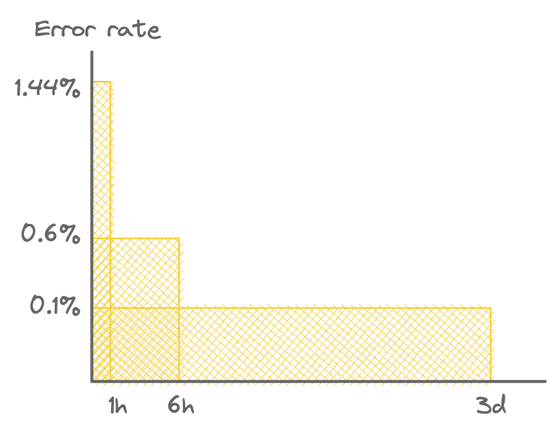
Earlier version of the Excalidraw export public/assets/alerting/multi-alert.png (ThomWright/ThomWright.github.io). Source tidied: one line per element, renumbered; positions are measured from the earlier drawing's top-left corner, leaving out a move shared by most shapes.
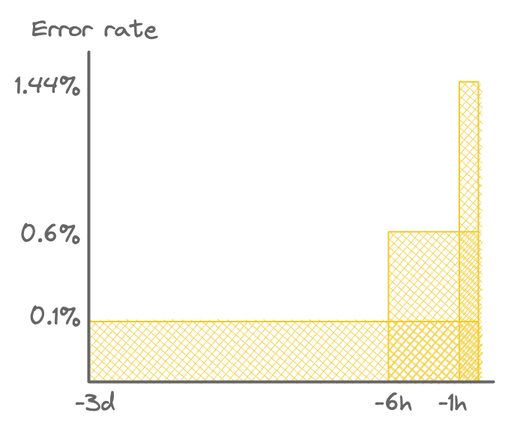
The same diagram one commit later.

Change to the diagram source:
```diff
@@ -1,12 +1,12 @@
-{"id": 0, "type": "rectangle", "strokeColor": "#f3cb2b", "backgroundColor": "#f5d451", "fillStyle": "cross-hatch", "strokeWidth": 1, "roughness": 0, "x": 51, "y": 45, "width": 12, "height": 200}
+{"id": 0, "type": "rectangle", "strokeColor": "#f3cb2b", "backgroundColor": "#f5d451", "fillStyle": "cross-hatch", "strokeWidth": 1, "roughness": 0, "x": 299, "y": 45, "width": 13, "height": 200}
-{"id": 1, "type": "rectangle", "strokeColor": "#f3cb2b", "backgroundColor": "#f5d451", "fillStyle": "cross-hatch", "strokeWidth": 1, "roughness": 0, "x": 51, "y": 149, "width": 58, "height": 95}
+{"id": 1, "type": "rectangle", "strokeColor": "#f3cb2b", "backgroundColor": "#f5d451", "fillStyle": "cross-hatch", "strokeWidth": 1, "roughness": 0, "x": 251, "y": 145, "width": 60, "height": 100}
-{"id": 2, "type": "rectangle", "strokeColor": "#f3cb2b", "backgroundColor": "#f5d451", "fillStyle": "cross-hatch", "strokeWidth": 1, "roughness": 0, "x": 51, "y": 196, "width": 266, "height": 49}
+{"id": 2, "type": "rectangle", "strokeColor": "#f3cb2b", "backgroundColor": "#f5d451", "fillStyle": "cross-hatch", "strokeWidth": 1, "roughness": 0, "x": 51, "y": 205, "width": 260, "height": 40}
 {"id": 3, "type": "line", "strokeColor": "#666", "backgroundColor": "white", "fillStyle": "solid", "strokeWidth": 2, "roughness": 0, "x": 51, "y": 25, "width": 0, "height": 220, "points": [[0, 0], [0, 220]]}
-{"id": 4, "type": "line", "strokeColor": "#666", "backgroundColor": "white", "fillStyle": "solid", "strokeWidth": 2, "roughness": 0, "x": 51, "y": 245, "width": 302, "height": 0, "points": [[0, 0], [302, 0]]}
+{"id": 4, "type": "line", "strokeColor": "#666", "backgroundColor": "white", "fillStyle": "solid", "strokeWidth": 2, "roughness": 0, "x": 51, "y": 245, "width": 270, "height": 0, "points": [[0, 0], [270, 0]]}
-{"id": 5, "type": "text", "text": "1h", "strokeColor": "#666", "backgroundColor": "#f0816a", "fillStyle": "cross-hatch", "strokeWidth": 1, "roughness": 0, "fontSize": 16, "fontFamily": 1, "x": 62, "y": 251, "width": 12, "height": 20}
+{"id": 5, "type": "text", "text": "-1h", "strokeColor": "#666", "backgroundColor": "#f0816a", "fillStyle": "cross-hatch", "strokeWidth": 1, "roughness": 0, "fontSize": 16, "fontFamily": 1, "x": 284, "y": 249, "width": 19, "height": 20}
-{"id": 6, "type": "text", "text": "6h", "strokeColor": "#666", "backgroundColor": "#f0816a", "fillStyle": "cross-hatch", "strokeWidth": 1, "roughness": 0, "fontSize": 16, "fontFamily": 1, "x": 101, "y": 251, "width": 18, "height": 20}
+{"id": 6, "type": "text", "text": "-6h", "strokeColor": "#666", "backgroundColor": "#f0816a", "fillStyle": "cross-hatch", "strokeWidth": 1, "roughness": 0, "fontSize": 16, "fontFamily": 1, "x": 242, "y": 249, "width": 25, "height": 20}
-{"id": 7, "type": "text", "text": "3d", "strokeColor": "#666", "backgroundColor": "#f0816a", "fillStyle": "cross-hatch", "strokeWidth": 1, "roughness": 0, "fontSize": 16, "fontFamily": 1, "x": 308, "y": 251, "width": 20, "height": 20}
+{"id": 7, "type": "text", "text": "-3d", "strokeColor": "#666", "backgroundColor": "#f0816a", "fillStyle": "cross-hatch", "strokeWidth": 1, "roughness": 0, "fontSize": 16, "fontFamily": 1, "x": 42, "y": 250, "width": 27, "height": 20}
-{"id": 8, "type": "text", "text": "0.1%", "strokeColor": "#666", "backgroundColor": "white", "fillStyle": "solid", "strokeWidth": 2, "roughness": 0, "fontSize": 16, "fontFamily": 1, "x": 9, "y": 185, "width": 35, "height": 20}
+{"id": 8, "type": "text", "text": "0.1%", "strokeColor": "#666", "backgroundColor": "white", "fillStyle": "solid", "strokeWidth": 2, "roughness": 0, "fontSize": 16, "fontFamily": 1, "x": 12, "y": 192, "width": 35, "height": 20}
-{"id": 9, "type": "text", "text": "0.6%", "strokeColor": "#666", "backgroundColor": "white", "fillStyle": "solid", "strokeWidth": 2, "roughness": 0, "fontSize": 16, "fontFamily": 1, "x": 4, "y": 137, "width": 41, "height": 20}
+{"id": 9, "type": "text", "text": "0.6%", "strokeColor": "#666", "backgroundColor": "white", "fillStyle": "solid", "strokeWidth": 2, "roughness": 0, "fontSize": 16, "fontFamily": 1, "x": 5, "y": 137, "width": 41, "height": 20}
-{"id": 10, "type": "text", "text": "1.44%", "strokeColor": "#666", "backgroundColor": "white", "fillStyle": "solid", "strokeWidth": 2, "roughness": 0, "fontSize": 16, "fontFamily": 1, "x": 0, "y": 40, "width": 44, "height": 20}
+{"id": 10, "type": "text", "text": "1.44%", "strokeColor": "#666", "backgroundColor": "white", "fillStyle": "solid", "strokeWidth": 2, "roughness": 0, "fontSize": 16, "fontFamily": 1, "x": 2, "y": 38, "width": 44, "height": 20}
 {"id": 11, "type": "text", "text": "Error rate", "strokeColor": "#666", "strokeWidth": 1, "strokeStyle": "dotted", "roughness": 0, "fontSize": 16, "fontFamily": 1, "x": 13, "y": 0, "width": 84, "height": 20}
```
